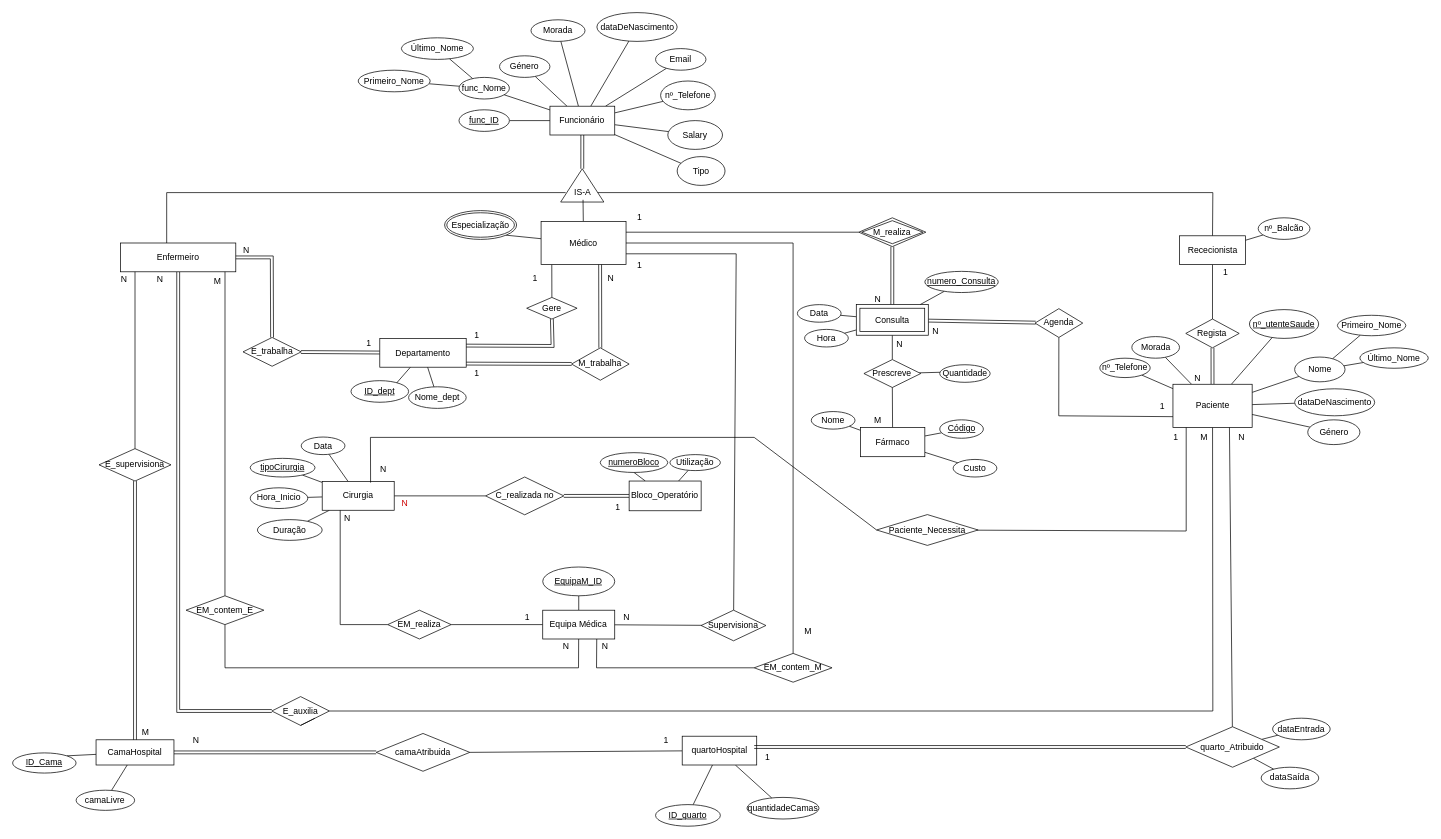
Before: diagramas_v2/Hopsital_Management_System_DER.drawio in CF2001/Database, a draw.io diagram. Source tidied: cells renumbered, new cells numbered last; positions are measured from the earlier drawing's top-left corner, leaving out a move shared by most shapes. Both pictures are drawn from the tidied source at 72%, with x=0, y=0 at pixel (12, 12).
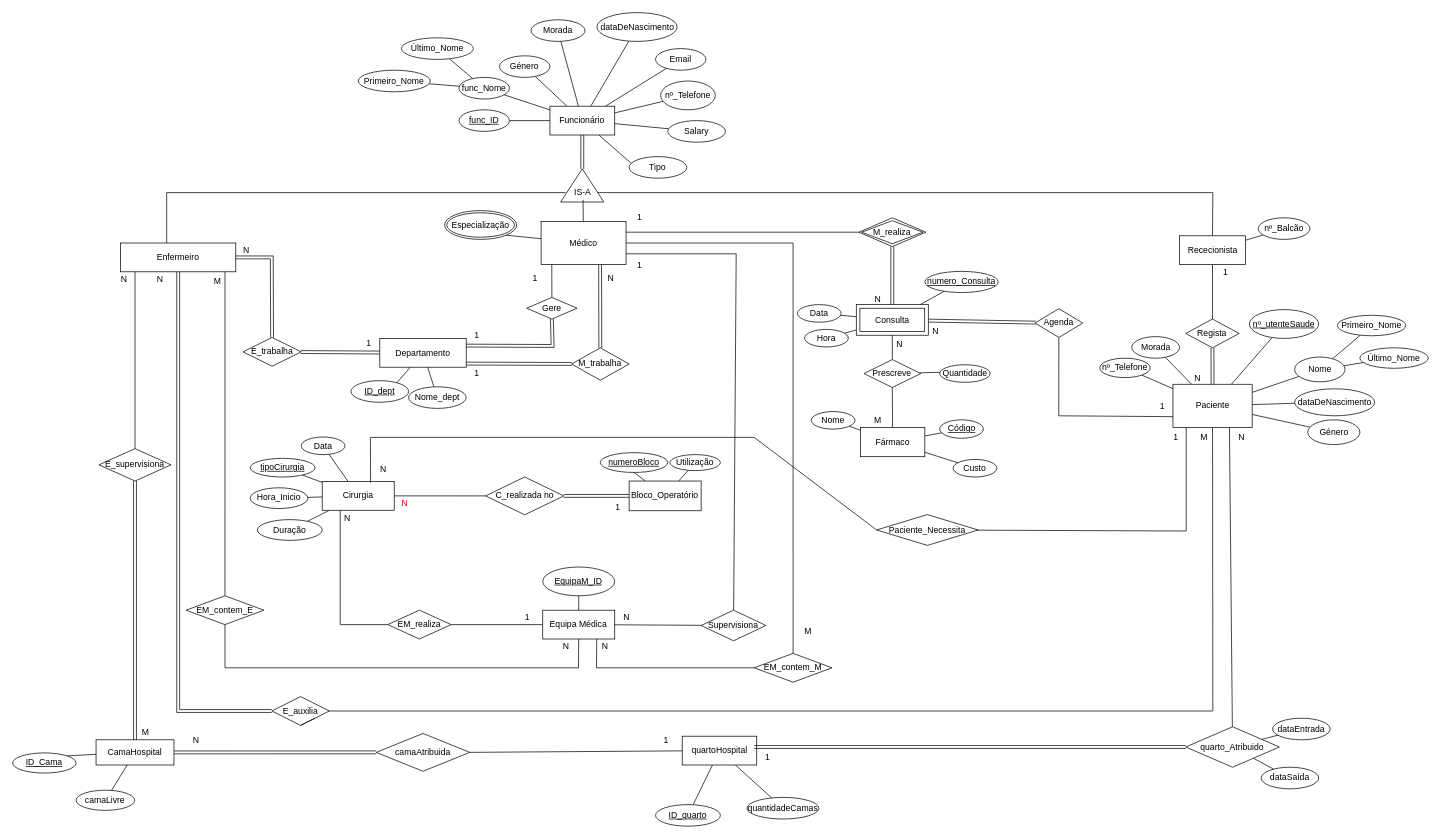
The same page after the edit.

The change refers to these unchanged cells:
```xml
<mxCell id="17" value="Funcionário" style="rounded=0;whiteSpace=wrap;html=1;" parent="1" vertex="1">
  <mxGeometry x="746.3" y="130" width="90" height="40" as="geometry" />
</mxCell>
```

Diff of the diagram source:
```diff
@@
-    <mxCell id="16" style="rounded=0;jettySize=auto;html=1;endArrow=none;endFill=0;" parent="1" edge="1" source="17">
-      <mxGeometry relative="1" as="geometry">
-        <mxPoint x="930" y="210" as="targetPoint" />
-      </mxGeometry>
-    </mxCell>
+    <mxCell id="197" style="rounded=0;jettySize=auto;html=1;endArrow=none;endFill=0;" parent="1" edge="1" source="17">
+      <mxGeometry relative="1" as="geometry">
+        <mxPoint x="860" y="210" as="targetPoint" />
+      </mxGeometry>
+    </mxCell>
@@
     <mxCell id="194" value="Salary" style="ellipse;whiteSpace=wrap;html=1;" parent="1" vertex="1">
-      <mxGeometry x="910" y="150" width="76" height="40" as="geometry" />
+      <mxGeometry x="910" y="150" width="80" height="30" as="geometry" />
     </mxCell>
@@
     <mxCell id="196" value="Tipo" style="ellipse;whiteSpace=wrap;html=1;" parent="1" vertex="1">
-      <mxGeometry x="923" y="200" width="66.5" height="40" as="geometry" />
+      <mxGeometry x="856.3" y="200" width="80" height="30" as="geometry" />
     </mxCell>
```
